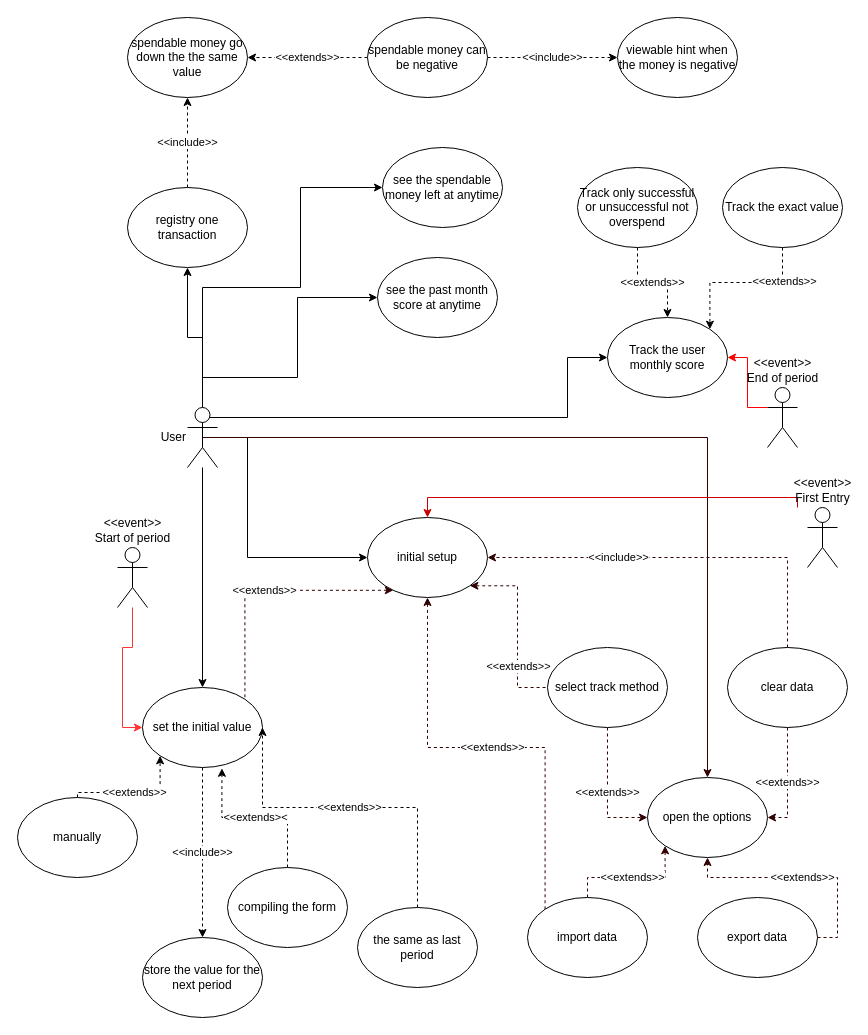
Above: Untitled Diagram.drawio in HSCnoKenju/DoggyBank (draw.io), before the change. Source tidied: cells renumbered, new cells numbered last; positions are measured from the earlier drawing's top-left corner, leaving out a move shared by most shapes. Both pictures are drawn from the tidied source at 100%, with x=0, y=0 at pixel (17, 17).
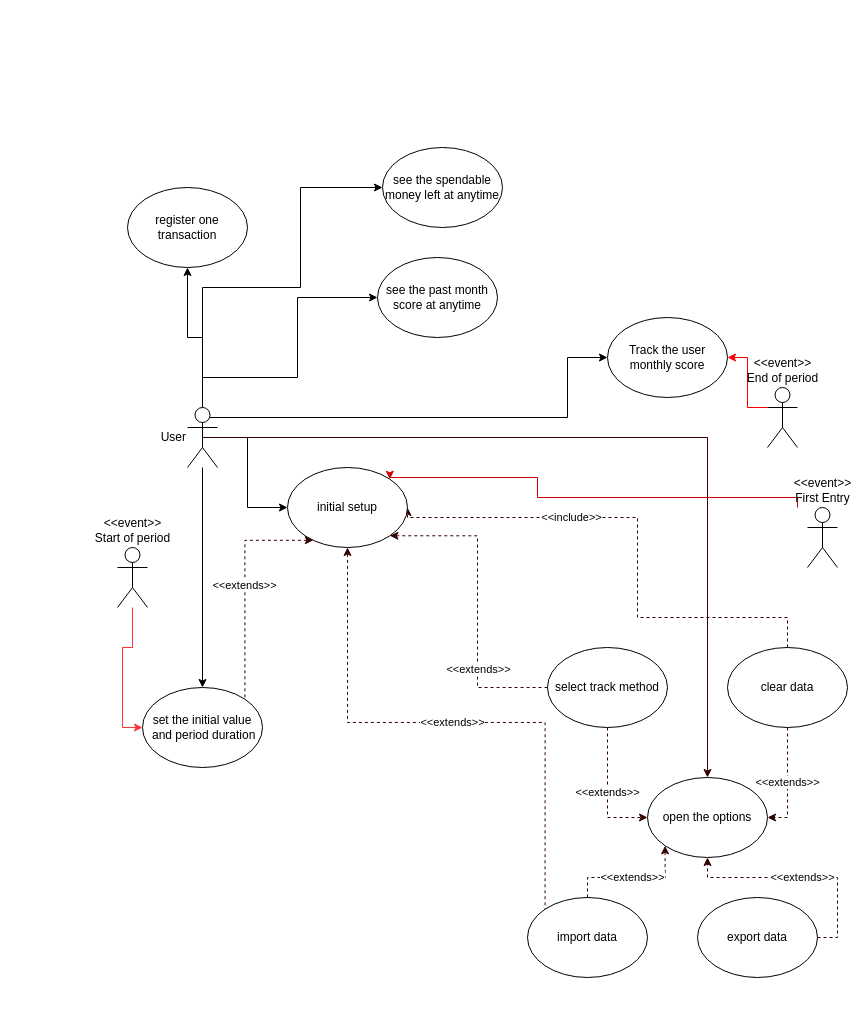
The same page after the edit.

Commit message:
clear non explainable user-case

The change refers to these unchanged cells:
```xml
<mxCell id="9" value="&lt;div&gt;User&lt;/div&gt;" style="shape=umlActor;verticalLabelPosition=middle;verticalAlign=middle;html=1;outlineConnect=0;fontFamily=Helvetica;labelPosition=left;align=right;" parent="1" vertex="1">
  <mxGeometry x="170" y="390" width="30" height="60" as="geometry" />
</mxCell>
<mxCell id="32" value="&lt;div&gt;Track the user monthly score&lt;/div&gt;" style="ellipse;whiteSpace=wrap;html=1;fontFamily=Helvetica;align=center;" parent="1" vertex="1">
  <mxGeometry x="590" y="300" width="120" height="80" as="geometry" />
</mxCell>
<mxCell id="41" value="clear data" style="ellipse;whiteSpace=wrap;html=1;fontFamily=Helvetica;align=center;" parent="1" vertex="1">
  <mxGeometry x="710" y="630" width="120" height="80" as="geometry" />
</mxCell>
```

What changed in the source:
```diff
@@
     <mxCell id="7" style="edgeStyle=orthogonalEdgeStyle;rounded=0;jettySize=auto;html=1;exitX=0.5;exitY=0.5;exitDx=0;exitDy=0;exitPerimeter=0;entryX=0;entryY=0.5;entryDx=0;entryDy=0;" parent="1" edge="1" source="9" target="49">
       <mxGeometry relative="1" as="geometry">
         <Array as="points">
           <mxPoint x="230" y="420" />
-          <mxPoint x="230" y="540" />
+          <mxPoint x="230" y="490" />
         </Array>
       </mxGeometry>
     </mxCell>
@@
-    <mxCell id="14" value="&amp;lt;&amp;lt;include&amp;gt;&amp;gt;" style="edgeStyle=orthogonalEdgeStyle;rounded=0;jettySize=auto;html=1;exitX=0.5;exitY=1;exitDx=0;exitDy=0;dashed=1;fontFamily=Helvetica;" parent="1" edge="1" source="15" target="22">
-      <mxGeometry relative="1" as="geometry" />
-    </mxCell>
-    <mxCell id="15" value="&lt;div&gt;set the initial value&lt;/div&gt;" style="ellipse;whiteSpace=wrap;html=1;fontFamily=Helvetica;align=center;" parent="1" vertex="1">
+    <mxCell id="15" value="&lt;div&gt;set the initial value&lt;/div&gt;&amp;nbsp;and period duration" style="ellipse;whiteSpace=wrap;html=1;fontFamily=Helvetica;align=center;" parent="1" vertex="1">
       <mxGeometry x="125" y="670" width="120" height="80" as="geometry" />
     </mxCell>
-    <mxCell id="16" value="&amp;lt;&amp;lt;extends&amp;gt;&amp;gt;" style="edgeStyle=orthogonalEdgeStyle;rounded=0;jettySize=auto;html=1;exitX=0.5;exitY=0;exitDx=0;exitDy=0;entryX=0;entryY=1;entryDx=0;entryDy=0;fontFamily=Helvetica;dashed=1;" parent="1" edge="1" source="17" target="15">
-      <mxGeometry relative="1" as="geometry">
-        <Array as="points">
-          <mxPoint x="60" y="775" />
-          <mxPoint x="143" y="775" />
-        </Array>
-      </mxGeometry>
-    </mxCell>
-    <mxCell id="17" value="manually" style="ellipse;whiteSpace=wrap;html=1;fontFamily=Helvetica;align=center;" parent="1" vertex="1">
-      <mxGeometry y="780" width="120" height="80" as="geometry" />
-    </mxCell>
-    <mxCell id="18" value="&amp;lt;&amp;lt;extends&amp;gt;&amp;lt;" style="edgeStyle=orthogonalEdgeStyle;rounded=0;jettySize=auto;html=1;exitX=0.5;exitY=0;exitDx=0;exitDy=0;entryX=0.662;entryY=1.01;entryDx=0;entryDy=0;entryPerimeter=0;dashed=1;fontFamily=Helvetica;" parent="1" edge="1" source="19" target="15">
-      <mxGeometry relative="1" as="geometry" />
-    </mxCell>
-    <mxCell id="19" value="compiling the form" style="ellipse;whiteSpace=wrap;html=1;fontFamily=Helvetica;align=center;" parent="1" vertex="1">
-      <mxGeometry x="210" y="850" width="120" height="80" as="geometry" />
-    </mxCell>
-    <mxCell id="20" value="&amp;lt;&amp;lt;extends&amp;gt;&amp;gt;" style="edgeStyle=orthogonalEdgeStyle;rounded=0;jettySize=auto;html=1;exitX=0.5;exitY=0;exitDx=0;exitDy=0;entryX=1;entryY=0.5;entryDx=0;entryDy=0;dashed=1;fontFamily=Helvetica;" parent="1" edge="1" source="21" target="15">
-      <mxGeometry relative="1" as="geometry">
-        <Array as="points">
-          <mxPoint x="400" y="790" />
-          <mxPoint x="245" y="790" />
-        </Array>
-      </mxGeometry>
-    </mxCell>
-    <mxCell id="21" value="the same as last period" style="ellipse;whiteSpace=wrap;html=1;fontFamily=Helvetica;align=center;" parent="1" vertex="1">
-      <mxGeometry x="340" y="890" width="120" height="80" as="geometry" />
-    </mxCell>
-    <mxCell id="22" value="store the value for the next period" style="ellipse;whiteSpace=wrap;html=1;fontFamily=Helvetica;align=center;" parent="1" vertex="1">
-      <mxGeometry x="125" y="920" width="120" height="80" as="geometry" />
-    </mxCell>
-    <mxCell id="23" value="&amp;lt;&amp;lt;include&amp;gt;&amp;gt;" style="edgeStyle=orthogonalEdgeStyle;rounded=0;jettySize=auto;html=1;exitX=0.5;exitY=0;exitDx=0;exitDy=0;entryX=0.5;entryY=1;entryDx=0;entryDy=0;dashed=1;fontFamily=Helvetica;" parent="1" edge="1" source="24" target="25">
-      <mxGeometry relative="1" as="geometry" />
-    </mxCell>
-    <mxCell id="24" value="registry one transaction" style="ellipse;whiteSpace=wrap;html=1;fontFamily=Helvetica;align=center;" parent="1" vertex="1">
+    <mxCell id="24" value="register one transaction" style="ellipse;whiteSpace=wrap;html=1;fontFamily=Helvetica;align=center;" parent="1" vertex="1">
       <mxGeometry x="110" y="170" width="120" height="80" as="geometry" />
     </mxCell>
-    <mxCell id="25" value="spendable money go down the the same value" style="ellipse;whiteSpace=wrap;html=1;fontFamily=Helvetica;align=center;" parent="1" vertex="1">
-      <mxGeometry x="110" width="120" height="80" as="geometry" />
-    </mxCell>
@@
-    <mxCell id="27" value="&amp;lt;&amp;lt;extends&amp;gt;&amp;gt;" style="edgeStyle=orthogonalEdgeStyle;rounded=0;jettySize=auto;html=1;exitX=0;exitY=0.5;exitDx=0;exitDy=0;entryX=1;entryY=0.5;entryDx=0;entryDy=0;fontFamily=Helvetica;dashed=1;" parent="1" edge="1" source="29" target="25">
-      <mxGeometry relative="1" as="geometry" />
-    </mxCell>
-    <mxCell id="28" value="&amp;lt;&amp;lt;include&amp;gt;&amp;gt;" style="edgeStyle=orthogonalEdgeStyle;rounded=0;jettySize=auto;html=1;exitX=1;exitY=0.5;exitDx=0;exitDy=0;entryX=0;entryY=0.5;entryDx=0;entryDy=0;dashed=1;fontFamily=Helvetica;" parent="1" edge="1" source="29" target="30">
-      <mxGeometry relative="1" as="geometry" />
-    </mxCell>
-    <mxCell id="29" value="spendable money can be negative" style="ellipse;whiteSpace=wrap;html=1;fontFamily=Helvetica;align=center;" parent="1" vertex="1">
-      <mxGeometry x="350" width="120" height="80" as="geometry" />
-    </mxCell>
-    <mxCell id="30" value="viewable hint when the money is negative" style="ellipse;whiteSpace=wrap;html=1;fontFamily=Helvetica;align=center;" parent="1" vertex="1">
-      <mxGeometry x="600" width="120" height="80" as="geometry" />
-    </mxCell>
@@
-    <mxCell id="33" value="&amp;lt;&amp;lt;extends&amp;gt;&amp;gt;" style="edgeStyle=orthogonalEdgeStyle;rounded=0;jettySize=auto;html=1;exitX=0.5;exitY=1;exitDx=0;exitDy=0;fontFamily=Helvetica;dashed=1;" parent="1" edge="1" source="34" target="32">
-      <mxGeometry relative="1" as="geometry" />
-    </mxCell>
-    <mxCell id="34" value="Track only successful or unsuccessful not overspend" style="ellipse;whiteSpace=wrap;html=1;fontFamily=Helvetica;align=center;" parent="1" vertex="1">
-      <mxGeometry x="560" y="150" width="120" height="80" as="geometry" />
-    </mxCell>
-    <mxCell id="35" style="edgeStyle=orthogonalEdgeStyle;rounded=0;jettySize=auto;html=1;exitX=0.5;exitY=1;exitDx=0;exitDy=0;entryX=1;entryY=0;entryDx=0;entryDy=0;fontFamily=Helvetica;dashed=1;" parent="1" edge="1" source="37" target="32">
-      <mxGeometry relative="1" as="geometry" />
-    </mxCell>
-    <mxCell id="36" value="&amp;lt;&amp;lt;extends&amp;gt;&amp;gt;" style="edgeLabel;html=1;align=center;verticalAlign=middle;fontFamily=Helvetica;" parent="35" vertex="1">
-      <mxGeometry x="-0.57" y="1" relative="1" as="geometry" />
-    </mxCell>
-    <mxCell id="37" value="Track the exact value" style="ellipse;whiteSpace=wrap;html=1;fontFamily=Helvetica;align=center;" parent="1" vertex="1">
-      <mxGeometry x="705" y="150" width="120" height="80" as="geometry" />
-    </mxCell>
@@
     <mxCell id="40" value="&amp;lt;&amp;lt;include&amp;gt;&amp;gt;" style="edgeStyle=orthogonalEdgeStyle;rounded=0;jettySize=auto;html=1;exitX=0.5;exitY=0;exitDx=0;exitDy=0;entryX=1;entryY=0.5;entryDx=0;entryDy=0;dashed=1;strokeColor=#330000;" parent="1" edge="1" source="41" target="49">
-      <mxGeometry x="0.33" relative="1" as="geometry" />
+      <mxGeometry x="0.33" relative="1" as="geometry">
+        <Array as="points">
+          <mxPoint x="770" y="600" />
+          <mxPoint x="620" y="600" />
+          <mxPoint x="620" y="500" />
+          <mxPoint x="390" y="500" />
+        </Array>
+      </mxGeometry>
     </mxCell>
@@
-    <mxCell id="44" style="edgeStyle=orthogonalEdgeStyle;rounded=0;jettySize=auto;html=1;entryX=0.5;entryY=0;entryDx=0;entryDy=0;strokeColor=#CC0000;" parent="1" edge="1" target="49">
+    <mxCell id="44" style="edgeStyle=orthogonalEdgeStyle;rounded=0;jettySize=auto;html=1;strokeColor=#CC0000;entryX=1;entryY=0;entryDx=0;entryDy=0;" parent="1" edge="1" target="49">
       <mxGeometry relative="1" as="geometry">
         <mxPoint x="780" y="490" as="sourcePoint" />
         <Array as="points">
           <mxPoint x="780" y="480" />
-          <mxPoint x="410" y="480" />
+          <mxPoint x="520" y="480" />
+          <mxPoint x="520" y="460" />
+          <mxPoint x="372" y="460" />
         </Array>
       </mxGeometry>
     </mxCell>
@@
     <mxCell id="49" value="initial setup" style="ellipse;whiteSpace=wrap;html=1;fontFamily=Helvetica;align=center;" parent="1" vertex="1">
-      <mxGeometry x="350" y="500" width="120" height="80" as="geometry" />
+      <mxGeometry x="270" y="450" width="120" height="80" as="geometry" />
     </mxCell>
```
